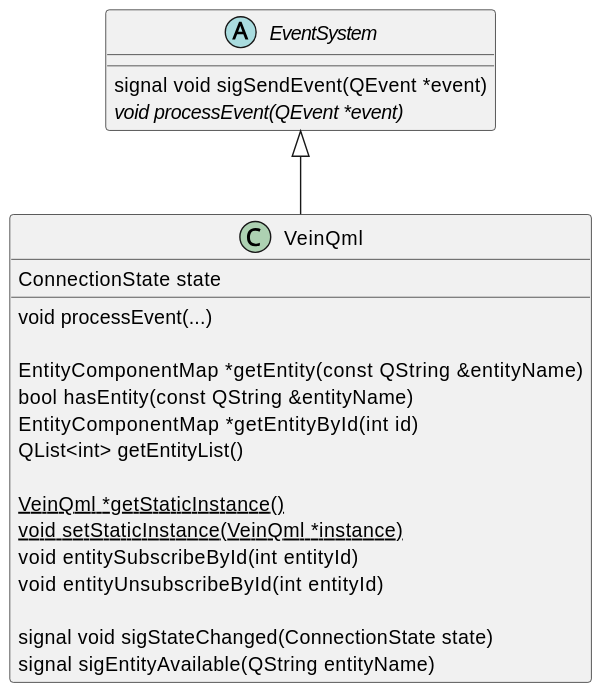
This is client-libs/doc/class-diagram-client-event-systems.svg from ZeraGmbH/vein-framework, a PlantUML export, as it was before one commit. Its diagram source:
```plantuml
@startuml
abstract class EventSystem {
    signal void sigSendEvent(QEvent *event)
    {abstract} void processEvent(QEvent *event)
}

class VeinQml {
    ConnectionState state
    void processEvent(...)

    EntityComponentMap *getEntity(const QString &entityName)
    bool hasEntity(const QString &entityName)
    EntityComponentMap *getEntityById(int id)
    QList<int> getEntityList()

    {static} VeinQml *getStaticInstance()
    {static} void setStaticInstance(VeinQml *instance)
    void entitySubscribeById(int entityId)
    void entityUnsubscribeById(int entityId)

    signal void sigStateChanged(ConnectionState state)
    signal sigEntityAvailable(QString entityName)
}

EventSystem <|-- VeinQml
@enduml
```
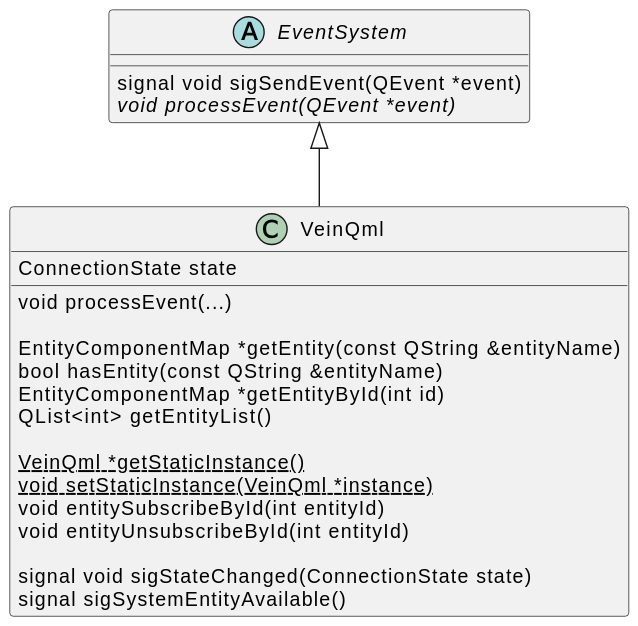
After the commit.

Commit message:
VeinQml: Remove sigEntityAvailable

Change to the diagram source:
```diff
@@ -19,7 +19,7 @@
     void entityUnsubscribeById(int entityId)
 
     signal void sigStateChanged(ConnectionState state)
-    signal sigEntityAvailable(QString entityName)
+    signal sigSystemEntityAvailable()
 }
 
 EventSystem <|-- VeinQml
```
